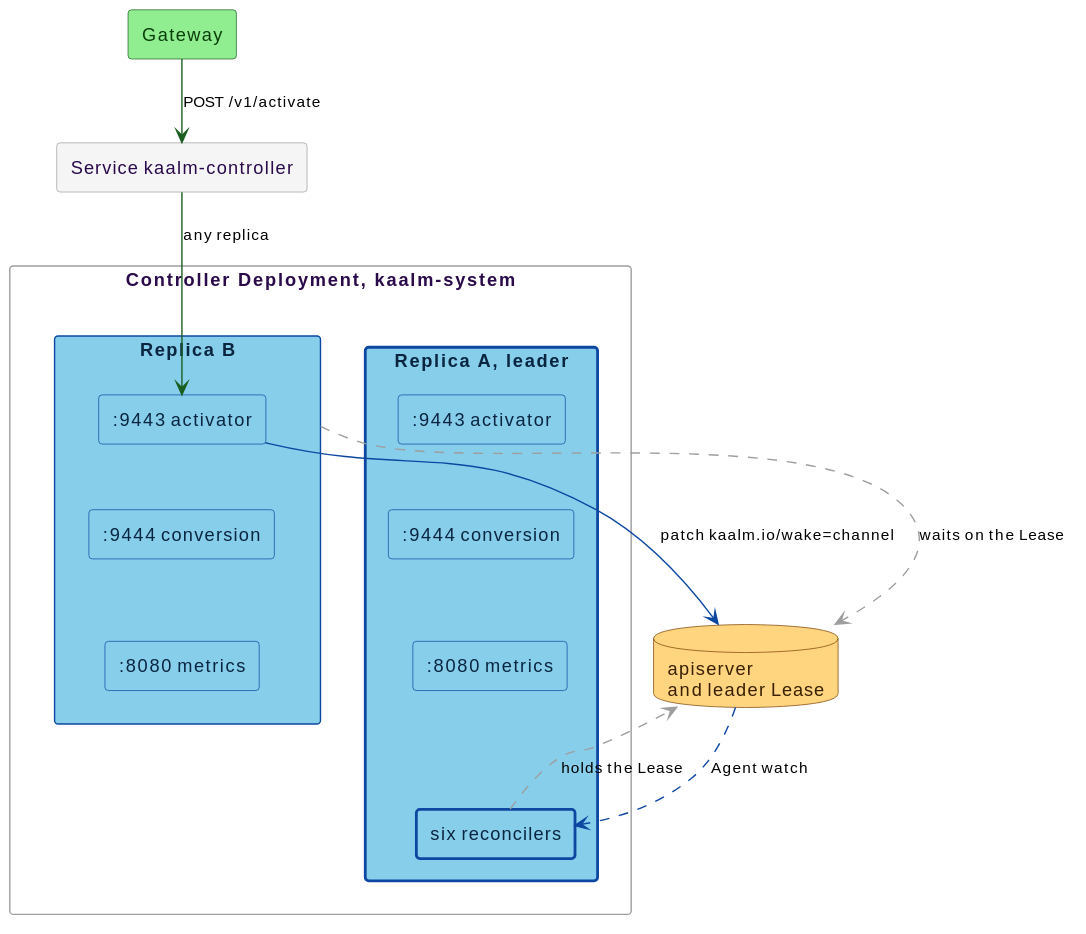
Before: docs/src/diagrams/controller-replicas.svg, a diagram exported from PlantUML (win07xp/kaalm).
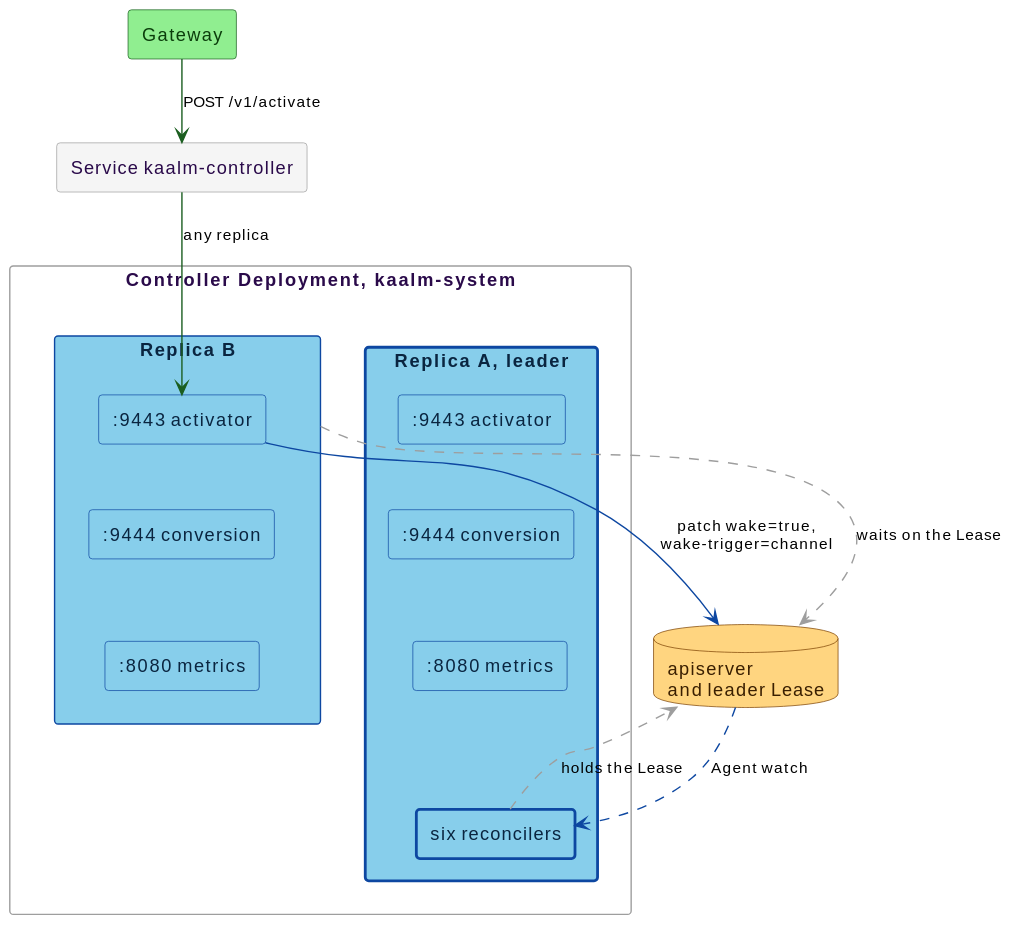
Above is the later version.

Diff of the diagram source:
```diff
@@ -28,7 +28,7 @@
 
 gw -[#1B5E20]-> svc : POST /v1/activate
 svc -[#1B5E20]-> b1 : any replica
-b1 -[#0D47A1]-> api : patch kaalm.io/wake=channel
+b1 -[#0D47A1]-> api : patch wake=true, wake-trigger=channel
 api -[#0D47A1,dashed]-> a4 : Agent watch
 a4 .[#9E9E9E].> api : holds the Lease
 b .[#9E9E9E].> api : waits on the Lease
```
